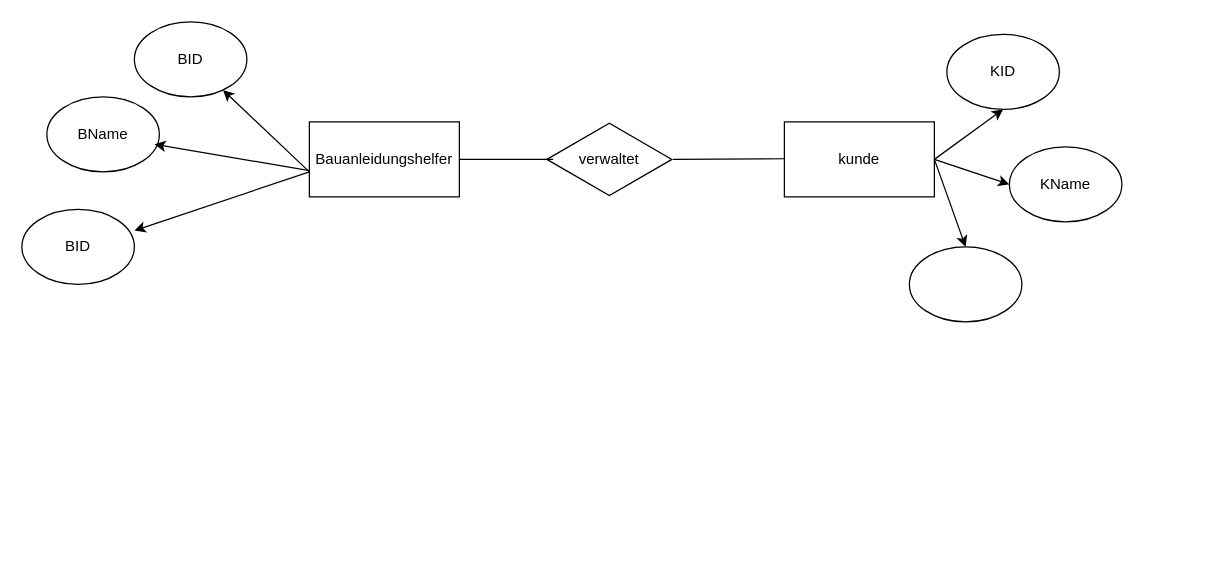
This is erdiabaunleitungshelfer.drawio from schattnkatz98/Team-Projekt-Michael-u-Julian, a draw.io file, before an edit. Source tidied: cells renumbered, new cells numbered last; positions are measured from the earlier drawing's top-left corner, leaving out a move shared by most shapes. Both pictures are drawn from the tidied source at 125%, with x=0, y=0 at pixel (21, 21).
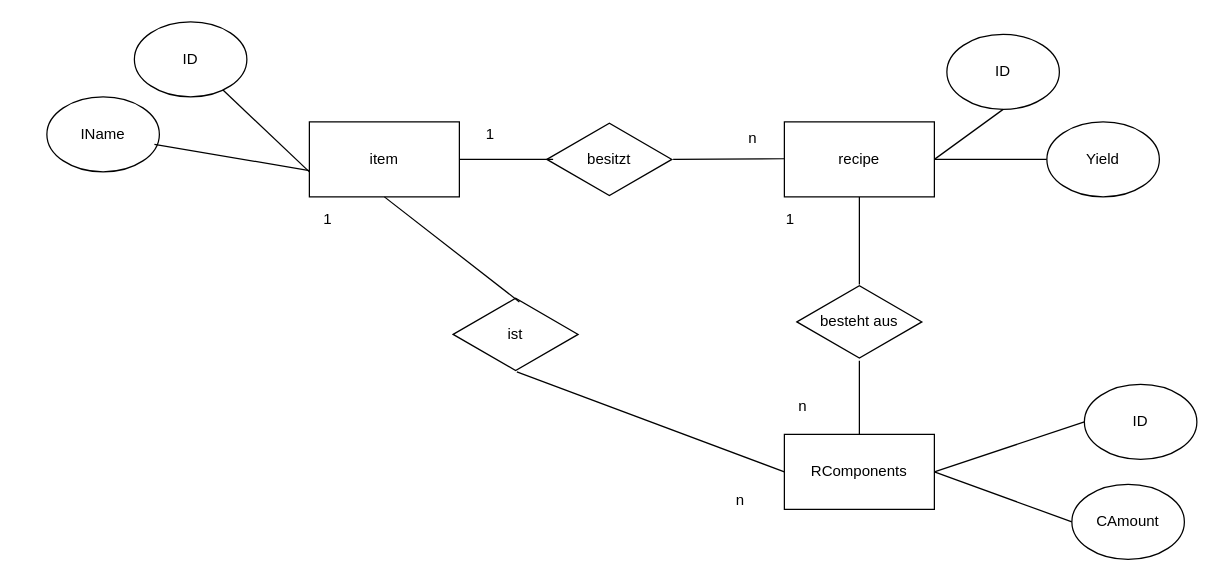
After the change.

Change to the diagram source:
```diff
@@
-    <mxCell id="2" value="Bauanleidungshelfer" style="rounded=0;whiteSpace=wrap;html=1;" parent="1" vertex="1">
+    <mxCell id="2" value="item" style="rounded=0;whiteSpace=wrap;html=1;" parent="1" vertex="1">
       <mxGeometry x="230" y="80" width="120" height="60" as="geometry" />
     </mxCell>
-    <mxCell id="3" value="BID" style="ellipse;whiteSpace=wrap;html=1;" parent="1" vertex="1">
-      <mxGeometry y="150" width="90" height="60" as="geometry" />
-    </mxCell>
-    <mxCell id="4" style="endArrow=classic;html=1;rounded=0;entryX=1;entryY=0.283;entryDx=0;entryDy=0;entryPerimeter=0;" parent="1" edge="1" target="3">
-      <mxGeometry relative="1" as="geometry">
-        <mxPoint x="230" y="120" as="sourcePoint" />
-      </mxGeometry>
-    </mxCell>
-    <mxCell id="5" value="BID" style="ellipse;whiteSpace=wrap;html=1;" parent="1" vertex="1">
+    <mxCell id="5" value="ID" style="ellipse;whiteSpace=wrap;html=1;" parent="1" vertex="1">
       <mxGeometry x="90" width="90" height="60" as="geometry" />
     </mxCell>
-    <mxCell id="6" value="BName" style="ellipse;whiteSpace=wrap;html=1;" parent="1" vertex="1">
+    <mxCell id="6" value="IName" style="ellipse;whiteSpace=wrap;html=1;" parent="1" vertex="1">
       <mxGeometry x="20" y="60" width="90" height="60" as="geometry" />
     </mxCell>
-    <mxCell id="7" style="endArrow=classic;html=1;rounded=0;" parent="1" edge="1" target="5">
+    <mxCell id="7" style="endArrow=none;html=1;rounded=0;endFill=0;" parent="1" edge="1" target="5">
       <mxGeometry relative="1" as="geometry">
         <mxPoint x="230" y="120" as="sourcePoint" />
       </mxGeometry>
     </mxCell>
-    <mxCell id="8" style="endArrow=classic;html=1;rounded=0;entryX=0.956;entryY=0.633;entryDx=0;entryDy=0;entryPerimeter=0;" parent="1" edge="1" target="6">
+    <mxCell id="8" style="endArrow=none;html=1;rounded=0;entryX=0.956;entryY=0.633;entryDx=0;entryDy=0;entryPerimeter=0;endFill=0;" parent="1" edge="1" target="6">
       <mxGeometry relative="1" as="geometry">
         <mxPoint x="230" y="119" as="sourcePoint" />
       </mxGeometry>
     </mxCell>
-    <mxCell id="9" value="&lt;div&gt;verwaltet&lt;/div&gt;" style="html=1;whiteSpace=wrap;shape=isoRectangle;" parent="1" vertex="1">
+    <mxCell id="9" value="besitzt" style="html=1;whiteSpace=wrap;shape=isoRectangle;" parent="1" vertex="1">
       <mxGeometry x="420" y="80" width="100" height="60" as="geometry" />
     </mxCell>
@@
-    <mxCell id="11" value="kunde" style="rounded=0;whiteSpace=wrap;html=1;" parent="1" vertex="1">
+    <mxCell id="11" value="recipe" style="rounded=0;whiteSpace=wrap;html=1;" parent="1" vertex="1">
       <mxGeometry x="610" y="80" width="120" height="60" as="geometry" />
     </mxCell>
@@
-    <mxCell id="13" value="KID" style="ellipse;whiteSpace=wrap;html=1;" parent="1" vertex="1">
+    <mxCell id="13" value="ID" style="ellipse;whiteSpace=wrap;html=1;" parent="1" vertex="1">
       <mxGeometry x="740" y="10" width="90" height="60" as="geometry" />
     </mxCell>
-    <mxCell id="14" value="KName" style="ellipse;whiteSpace=wrap;html=1;" parent="1" vertex="1">
-      <mxGeometry x="790" y="100" width="90" height="60" as="geometry" />
-    </mxCell>
-    <mxCell id="15" style="ellipse;whiteSpace=wrap;html=1;" parent="1" vertex="1">
-      <mxGeometry x="710" y="180" width="90" height="60" as="geometry" />
-    </mxCell>
-    <mxCell id="16" style="endArrow=classic;html=1;rounded=0;exitX=1;exitY=0.5;exitDx=0;exitDy=0;entryX=0.5;entryY=1;entryDx=0;entryDy=0;" parent="1" edge="1" source="11" target="13">
+    <mxCell id="16" style="endArrow=none;html=1;rounded=0;exitX=1;exitY=0.5;exitDx=0;exitDy=0;entryX=0.5;entryY=1;entryDx=0;entryDy=0;endFill=0;" parent="1" edge="1" source="11" target="13">
       <mxGeometry relative="1" as="geometry" />
     </mxCell>
-    <mxCell id="17" style="endArrow=classic;html=1;rounded=0;exitX=1;exitY=0.5;exitDx=0;exitDy=0;entryX=0;entryY=0.5;entryDx=0;entryDy=0;" parent="1" edge="1" source="11" target="14">
-      <mxGeometry relative="1" as="geometry" />
-    </mxCell>
-    <mxCell id="18" style="endArrow=classic;html=1;rounded=0;exitX=1;exitY=0.5;exitDx=0;exitDy=0;entryX=0.5;entryY=0;entryDx=0;entryDy=0;" parent="1" edge="1" source="11" target="15">
-      <mxGeometry relative="1" as="geometry" />
-    </mxCell>
+    <mxCell id="19" value="1" style="text;html=1;whiteSpace=wrap;strokeColor=none;fillColor=none;align=center;verticalAlign=middle;rounded=0;" parent="1" vertex="1">
+      <mxGeometry x="360" y="82.5" width="30" height="15" as="geometry" />
+    </mxCell>
+    <mxCell id="20" value="n" style="text;html=1;whiteSpace=wrap;strokeColor=none;fillColor=none;align=center;verticalAlign=middle;rounded=0;" parent="1" vertex="1">
+      <mxGeometry x="570" y="85" width="30" height="15" as="geometry" />
+    </mxCell>
+    <mxCell id="21" style="endArrow=none;html=1;rounded=0;exitX=1;exitY=0.5;exitDx=0;exitDy=0;entryX=0;entryY=0.5;entryDx=0;entryDy=0;endFill=0;" parent="1" edge="1" source="11" target="22">
+      <mxGeometry relative="1" as="geometry" />
+    </mxCell>
+    <mxCell id="22" value="Yield" style="ellipse;whiteSpace=wrap;html=1;" parent="1" vertex="1">
+      <mxGeometry x="820" y="80" width="90" height="60" as="geometry" />
+    </mxCell>
+    <mxCell id="23" style="rounded=0;jettySize=auto;html=1;exitX=1;exitY=0.5;exitDx=0;exitDy=0;entryX=0;entryY=0.5;entryDx=0;entryDy=0;endArrow=none;endFill=0;" parent="1" edge="1" source="25" target="26">
+      <mxGeometry relative="1" as="geometry" />
+    </mxCell>
+    <mxCell id="24" style="rounded=0;jettySize=auto;html=1;exitX=1;exitY=0.5;exitDx=0;exitDy=0;entryX=0;entryY=0.5;entryDx=0;entryDy=0;endArrow=none;endFill=0;" parent="1" edge="1" source="25" target="27">
+      <mxGeometry relative="1" as="geometry" />
+    </mxCell>
+    <mxCell id="25" value="RComponents" style="rounded=0;whiteSpace=wrap;html=1;" parent="1" vertex="1">
+      <mxGeometry x="610" y="330" width="120" height="60" as="geometry" />
+    </mxCell>
+    <mxCell id="26" value="ID" style="ellipse;whiteSpace=wrap;html=1;" parent="1" vertex="1">
+      <mxGeometry x="850" y="290" width="90" height="60" as="geometry" />
+    </mxCell>
+    <mxCell id="27" value="CAmount" style="ellipse;whiteSpace=wrap;html=1;" parent="1" vertex="1">
+      <mxGeometry x="840" y="370" width="90" height="60" as="geometry" />
+    </mxCell>
+    <mxCell id="28" value="1" style="text;html=1;whiteSpace=wrap;strokeColor=none;fillColor=none;align=center;verticalAlign=middle;rounded=0;" parent="1" vertex="1">
+      <mxGeometry x="600" y="150" width="30" height="15" as="geometry" />
+    </mxCell>
+    <mxCell id="29" value="n" style="text;html=1;whiteSpace=wrap;strokeColor=none;fillColor=none;align=center;verticalAlign=middle;rounded=0;" parent="1" vertex="1">
+      <mxGeometry x="610" y="300" width="30" height="15" as="geometry" />
+    </mxCell>
+    <mxCell id="30" value="besteht aus" style="html=1;whiteSpace=wrap;shape=isoRectangle;rotation=0;" parent="1" vertex="1">
+      <mxGeometry x="620" y="210" width="100" height="60" as="geometry" />
+    </mxCell>
+    <mxCell id="31" value="ist" style="html=1;whiteSpace=wrap;shape=isoRectangle;rotation=0;" parent="1" vertex="1">
+      <mxGeometry x="345" y="220" width="100" height="60" as="geometry" />
+    </mxCell>
+    <mxCell id="32" style="rounded=0;jettySize=auto;html=1;exitX=0;exitY=0.5;exitDx=0;exitDy=0;entryX=0.51;entryY=1;entryDx=0;entryDy=0;entryPerimeter=0;endArrow=none;endFill=0;" parent="1" edge="1" source="25" target="31">
+      <mxGeometry relative="1" as="geometry" />
+    </mxCell>
+    <mxCell id="33" style="rounded=0;jettySize=auto;html=1;exitX=0.5;exitY=1;exitDx=0;exitDy=0;entryX=0.53;entryY=0.067;entryDx=0;entryDy=0;entryPerimeter=0;endArrow=none;endFill=0;" parent="1" edge="1" source="2" target="31">
+      <mxGeometry relative="1" as="geometry" />
+    </mxCell>
+    <mxCell id="34" value="1" style="text;html=1;whiteSpace=wrap;strokeColor=none;fillColor=none;align=center;verticalAlign=middle;rounded=0;" parent="1" vertex="1">
+      <mxGeometry x="230" y="150" width="30" height="15" as="geometry" />
+    </mxCell>
+    <mxCell id="35" value="n" style="text;html=1;whiteSpace=wrap;strokeColor=none;fillColor=none;align=center;verticalAlign=middle;rounded=0;" parent="1" vertex="1">
+      <mxGeometry x="560" y="375" width="30" height="15" as="geometry" />
+    </mxCell>
+    <mxCell id="36" style="edgeStyle=orthogonalEdgeStyle;rounded=0;jettySize=auto;html=1;exitX=0.5;exitY=1;exitDx=0;exitDy=0;entryX=0.5;entryY=0;entryDx=0;entryDy=0;entryPerimeter=0;endArrow=none;endFill=0;" parent="1" edge="1" source="11" target="30">
+      <mxGeometry relative="1" as="geometry" />
+    </mxCell>
+    <mxCell id="37" style="edgeStyle=orthogonalEdgeStyle;rounded=0;jettySize=auto;html=1;exitX=0.5;exitY=0;exitDx=0;exitDy=0;entryX=0.5;entryY=1.017;entryDx=0;entryDy=0;entryPerimeter=0;endArrow=none;endFill=0;" parent="1" edge="1" source="25" target="30">
+      <mxGeometry relative="1" as="geometry" />
+    </mxCell>
```
